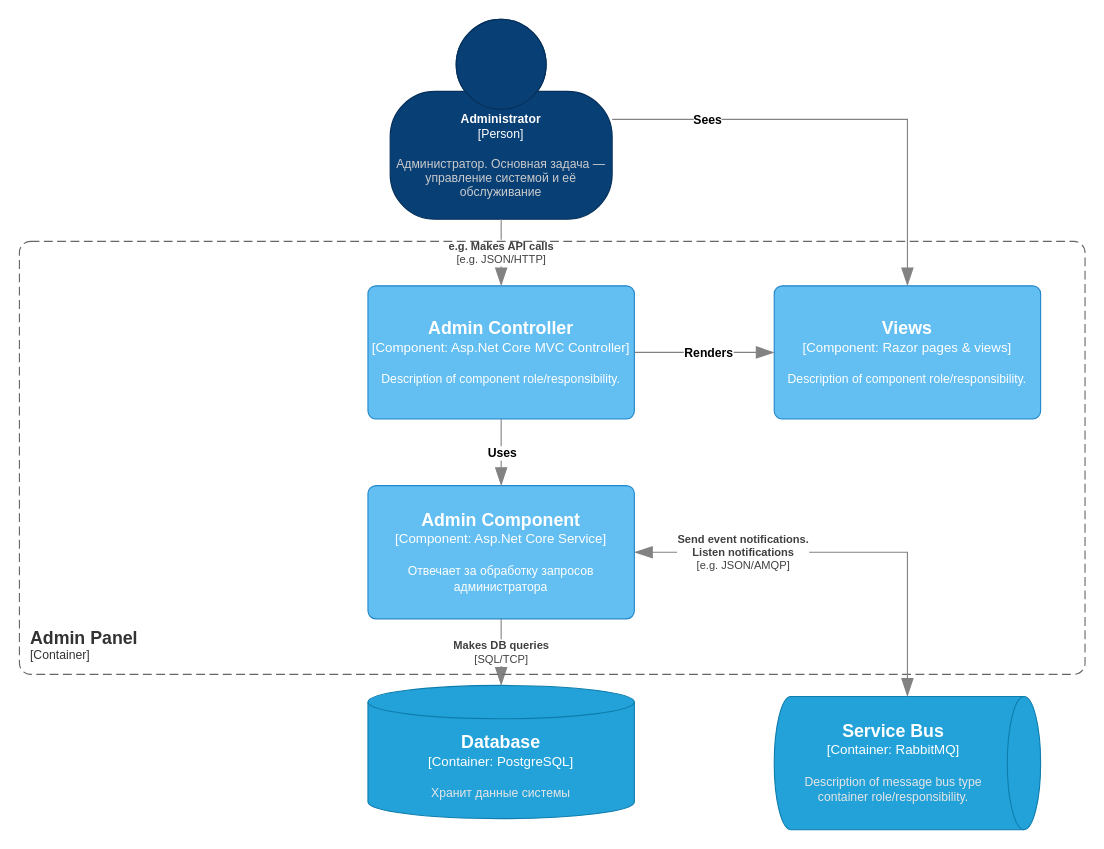
mikhail-belii/apa-system-backend keeps this draw.io diagram as page "C4 Component | Admin Panel" (8 of 11) of Applicant's personal account.drawio. Above is the earlier version. Source tidied: cells renumbered, new cells numbered last; positions are measured from the earlier drawing's top-left corner, leaving out a move shared by most shapes. Both pictures are drawn from the tidied source at 111%, with x=0, y=0 at pixel (19, 19).
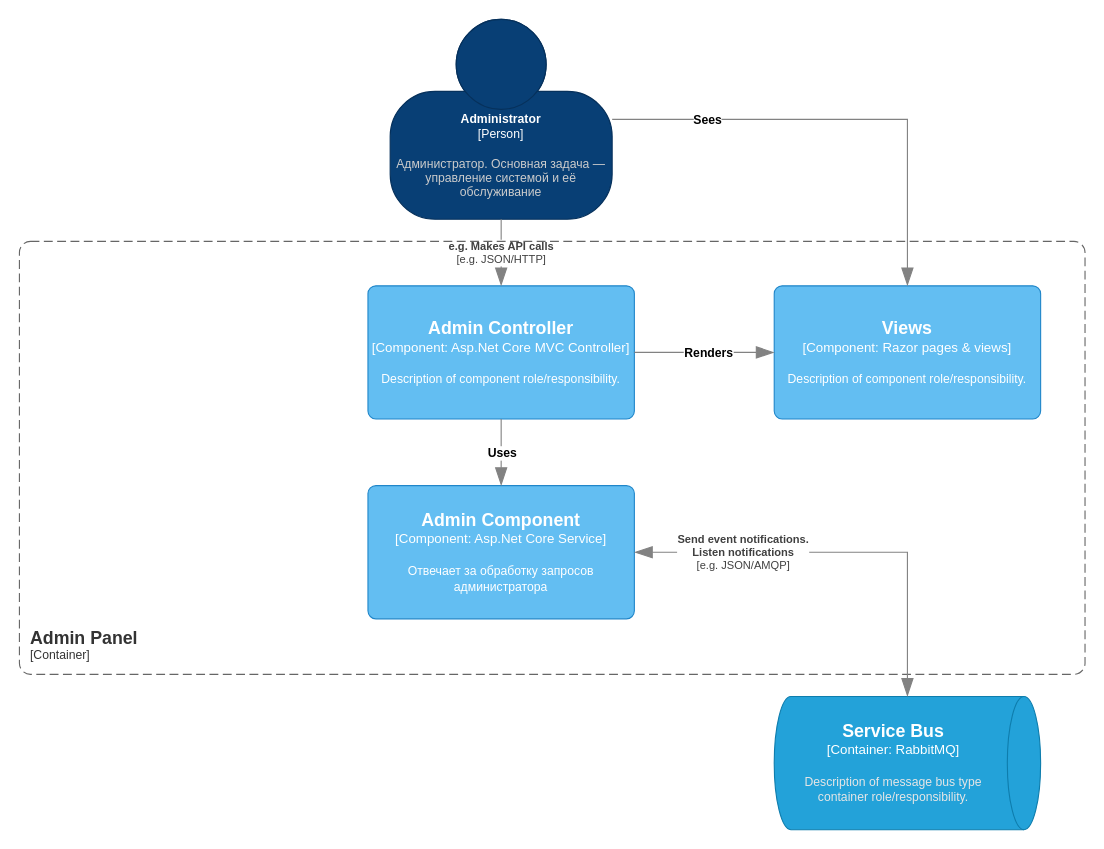
Above is the later version.

The change refers to these unchanged cells:
```xml
<object id="7" label="&lt;font style=&quot;font-size: 16px&quot;&gt;&lt;b&gt;%c4Name%&lt;/b&gt;&lt;/font&gt;&lt;div&gt;[%c4Type%: %c4Technology%]&lt;/div&gt;&lt;br&gt;&lt;div&gt;&lt;font style=&quot;font-size: 11px&quot;&gt;%c4Description%&lt;/font&gt;&lt;/div&gt;" c4Description="Отвечает за обработку запросов администратора" c4Name="Admin Component" c4Technology="Asp.Net Core Service" c4Type="Component" placeholders="1">
  <mxCell style="rounded=1;whiteSpace=wrap;html=1;labelBackgroundColor=none;fillColor=#63BEF2;fontColor=#ffffff;align=center;arcSize=6;strokeColor=#2086C9;points=[[0.25,0,0],[0.5,0,0],[0.75,0,0],[1,0.25,0],[1,0.5,0],[1,0.75,0],[0.75,1,0],[0.5,1,0],[0.25,1,0],[0,0.75,0],[0,0.5,0],[0,0.25,0]];" parent="1" vertex="1">
    <mxGeometry x="314" y="420" width="240" height="120" as="geometry" />
  </mxCell>
</object>
```

What changed in the source:
```diff
@@
-    <object id="11" label="&lt;font style=&quot;font-size: 16px&quot;&gt;&lt;b&gt;%c4Name%&lt;/b&gt;&lt;/font&gt;&lt;div&gt;[%c4Type%:&amp;nbsp;%c4Technology%]&lt;/div&gt;&lt;br&gt;&lt;div&gt;&lt;font style=&quot;font-size: 11px&quot;&gt;&lt;font color=&quot;#E6E6E6&quot;&gt;%c4Description%&lt;/font&gt;&lt;/div&gt;" c4Description="Хранит данные системы" c4Name="Database" c4Technology="PostgreSQL" c4Type="Container" placeholders="1">
-      <mxCell style="shape=cylinder3;size=15;whiteSpace=wrap;html=1;boundedLbl=1;rounded=0;labelBackgroundColor=none;fillColor=#23A2D9;fontSize=12;fontColor=#ffffff;align=center;strokeColor=#0E7DAD;points=[[0.5,0,0],[1,0.25,0],[1,0.5,0],[1,0.75,0],[0.5,1,0],[0,0.75,0],[0,0.5,0],[0,0.25,0]];" parent="1" vertex="1">
-        <mxGeometry x="314" y="600" width="240" height="120" as="geometry" />
-      </mxCell>
-    </object>
-    <object id="12" label="&lt;div style=&quot;text-align: left&quot;&gt;&lt;div style=&quot;text-align: center&quot;&gt;&lt;b&gt;%c4Description%&lt;/b&gt;&lt;/div&gt;&lt;div style=&quot;text-align: center&quot;&gt;[%c4Technology%]&lt;/div&gt;&lt;/div&gt;" c4Description="Makes DB queries" c4Technology="SQL/TCP" placeholders="1">
-      <mxCell style="endArrow=blockThin;html=1;fontSize=10;fontColor=#404040;strokeWidth=1;endFill=1;strokeColor=#828282;elbow=vertical;endSize=14;startSize=14;jumpStyle=arc;jumpSize=16;rounded=0;edgeStyle=orthogonalEdgeStyle;exitX=0.5;exitY=1;exitDx=0;exitDy=0;exitPerimeter=0;entryX=0.5;entryY=0;entryDx=0;entryDy=0;entryPerimeter=0;" parent="1" edge="1" source="7" target="11">
-        <mxGeometry relative="1" as="geometry" />
-      </mxCell>
-    </object>
```
